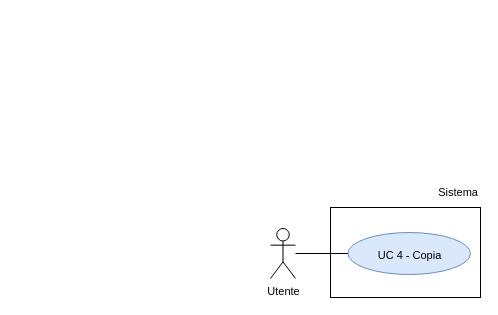
This is RTB/doc_esterna/analisi-dei-requisiti/assets/draw.io/UC4.drawio from thebitless-group-swe/thebitless.github.io, a draw.io file, before an edit. Source tidied: cells renumbered, new cells numbered last; positions are measured from the earlier drawing's top-left corner, leaving out a move shared by most shapes. Both pictures are drawn from the tidied source at 100%, with x=0, y=0 at pixel (270, 177).
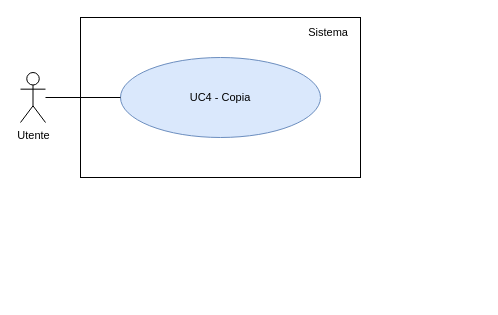
After the change.

Diff of the diagram source:
```diff
@@
 <mxGraphModel>
   <root>
     <mxCell id="0" />
     <mxCell id="1" parent="0" />
     <mxCell id="2" value="Utente" style="shape=umlActor;verticalLabelPosition=bottom;verticalAlign=top;html=1;outlineConnect=0;fontSize=11;" parent="1" vertex="1">
-      <mxGeometry y="51" width="25" height="50" as="geometry" />
+      <mxGeometry x="-250" y="-105" width="25" height="50" as="geometry" />
     </mxCell>
-    <mxCell id="3" style="rounded=0;whiteSpace=wrap;html=1;strokeWidth=1;" parent="1" vertex="1">
-      <mxGeometry x="60" y="30" width="150" height="90" as="geometry" />
-    </mxCell>
+    <mxCell id="8" style="rounded=0;whiteSpace=wrap;html=1;strokeWidth=1;" parent="1" vertex="1">
+      <mxGeometry x="-190" y="-160" width="280" height="160" as="geometry" />
+    </mxCell>
     <mxCell id="4" value="Sistema" style="text;html=1;whiteSpace=wrap;strokeColor=none;fillColor=none;align=right;verticalAlign=middle;fontSize=11;" parent="1" vertex="1">
-      <mxGeometry x="150" width="60" height="30" as="geometry" />
+      <mxGeometry x="10" y="-155" width="70" height="20" as="geometry" />
     </mxCell>
-    <mxCell id="5" value="UC 4 - Copia" style="ellipse;whiteSpace=wrap;html=1;fillColor=#dae8fc;strokeColor=#6c8ebf;fontSize=11;convertToSvg=1;svgWhiteSpace=wrap;labelBorderColor=none;labelBackgroundColor=none;spacingBottom=-4;" parent="1" vertex="1">
-      <mxGeometry x="77.5" y="55" width="122.5" height="42" as="geometry" />
-    </mxCell>
-    <mxCell id="6" style="edgeStyle=none;rounded=0;jettySize=auto;html=1;endArrow=none;endFill=0;" parent="1" edge="1" source="2" target="5">
-      <mxGeometry relative="1" as="geometry" />
-    </mxCell>
-    <mxCell id="7" style="edgeStyle=orthogonalEdgeStyle;rounded=0;orthogonalLoop=1;jettySize=auto;html=1;exitX=0.5;exitY=1;exitDx=0;exitDy=0;" parent="1" edge="1" source="4" target="4">
-      <mxGeometry relative="1" as="geometry" />
-    </mxCell>
+    <mxCell id="9" value="UC4 - Copia" style="ellipse;whiteSpace=wrap;html=1;fillColor=#dae8fc;strokeColor=#6c8ebf;fontSize=11;" parent="1" vertex="1">
+      <mxGeometry x="-150" y="-120" width="200" height="80" as="geometry" />
+    </mxCell>
+    <mxCell id="10" style="edgeStyle=none;rounded=0;jettySize=auto;html=1;endArrow=none;endFill=0;" parent="1" edge="1" source="2" target="9">
+      <mxGeometry relative="1" as="geometry" />
+    </mxCell>
   </root>
 </mxGraphModel>
```
